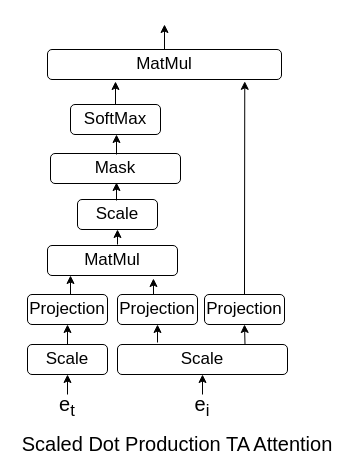
Earlier version of the draw.io diagram page "TA attention" (1 of 6) of Untitled Diagram.drawio (jlinleung/Cheatsheets). Source tidied: cells renumbered, new cells numbered last; positions are measured from the earlier drawing's top-left corner, leaving out a move shared by most shapes. Both pictures are drawn from the tidied source at 100%, with x=0, y=0 at pixel (17, 24).
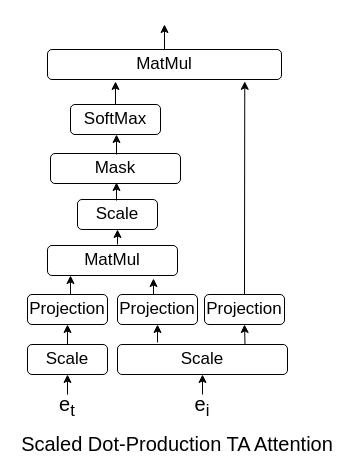
After the change.

Commit message:
add multi-heads attention.drawio

What changed in the source:
```diff
@@
-    <mxCell id="27" value="&lt;font style=&quot;font-size: 20px&quot;&gt;Scaled Dot Production TA Attention&lt;/font&gt;" style="text;html=1;strokeColor=none;fillColor=none;align=center;verticalAlign=middle;whiteSpace=wrap;rounded=0;fontSize=17;" parent="1" vertex="1">
+    <mxCell id="27" value="&lt;font style=&quot;font-size: 20px&quot;&gt;Scaled Dot-Production TA Attention&lt;/font&gt;" style="text;html=1;strokeColor=none;fillColor=none;align=center;verticalAlign=middle;whiteSpace=wrap;rounded=0;fontSize=17;" parent="1" vertex="1">
       <mxGeometry y="410" width="320" height="20" as="geometry" />
     </mxCell>
```
